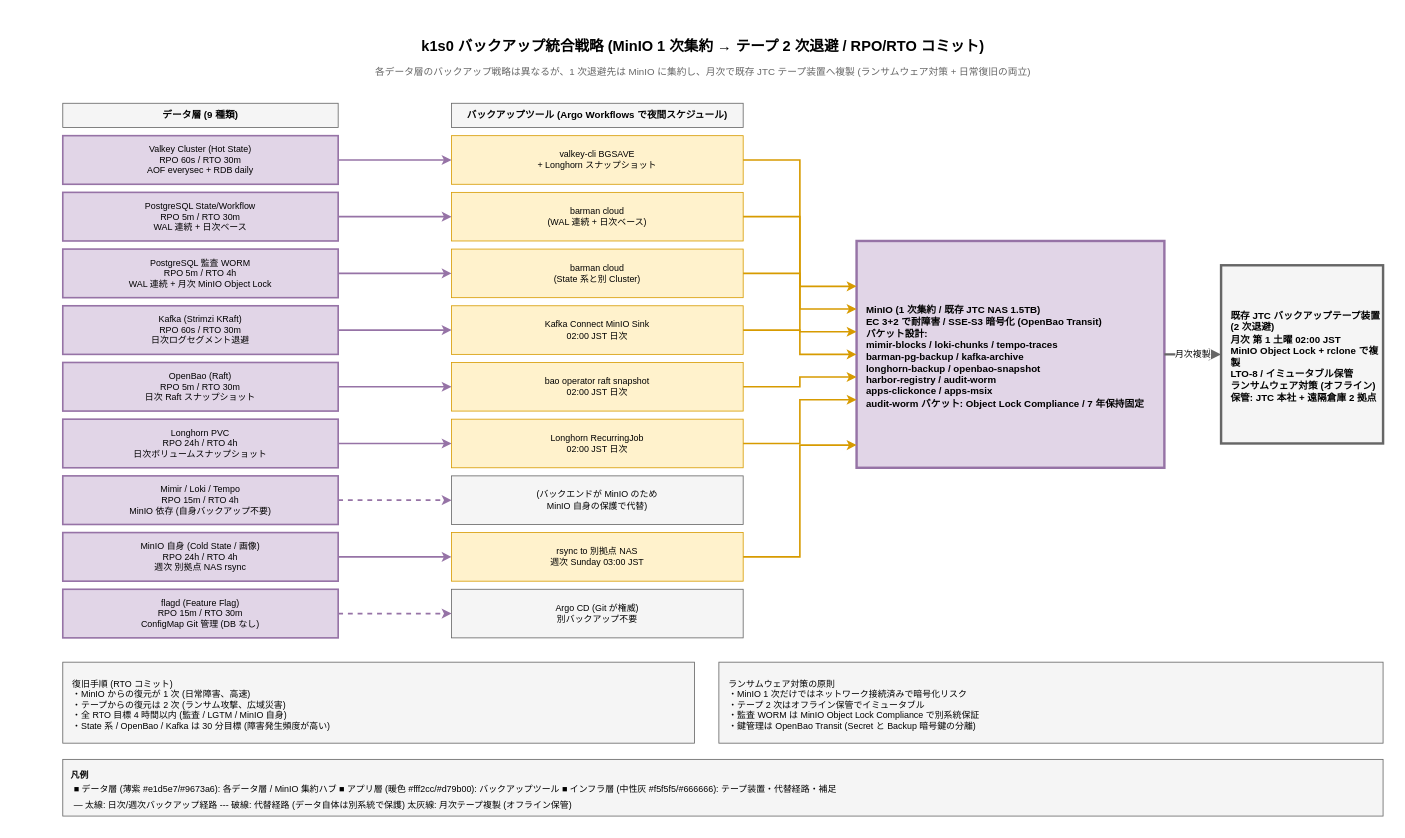
Before: docs/04_概要設計/10_システム方式設計/img/バックアップ統合戦略.drawio in RyuheiKiso/k1s0, a draw.io diagram. Source tidied: cells renumbered, new cells numbered last; positions are measured from the earlier drawing's top-left corner, leaving out a move shared by most shapes. Both pictures are drawn from the tidied source at 81%, with x=0, y=0 at pixel (14, 14).
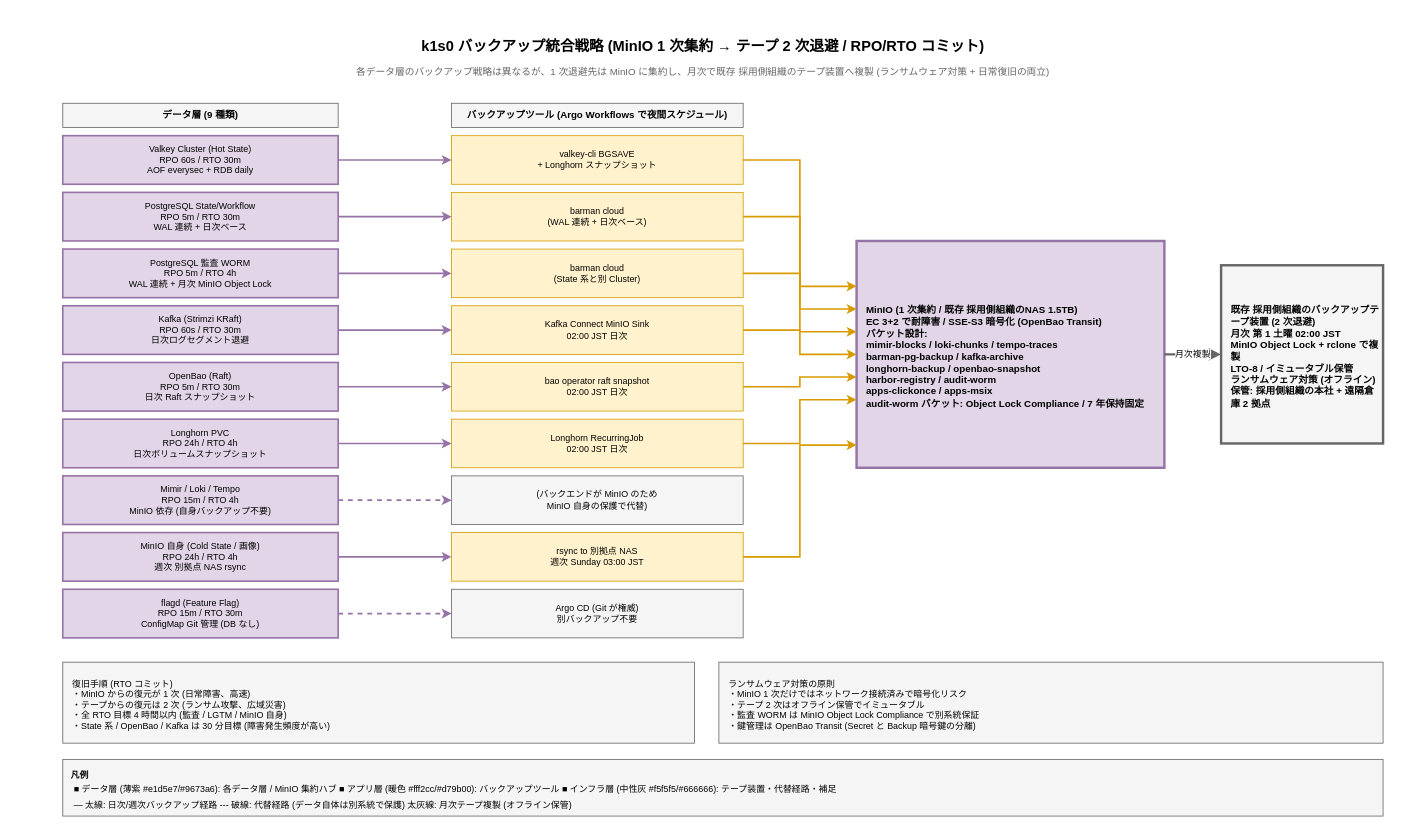
The same page after the edit.

Diff of the diagram source:
```diff
@@
-    <mxCell id="4" value="各データ層のバックアップ戦略は異なるが、1 次退避先は MinIO に集約し、月次で既存 JTC テープ装置へ複製 (ランサムウェア対策 + 日常復旧の両立)" style="text;html=1;strokeColor=none;fillColor=none;align=center;verticalAlign=middle;fontSize=12;fontColor=#666666;" parent="1" vertex="1">
+    <mxCell id="4" value="各データ層のバックアップ戦略は異なるが、1 次退避先は MinIO に集約し、月次で既存 採用側組織のテープ装置へ複製 (ランサムウェア対策 + 日常復旧の両立)" style="text;html=1;strokeColor=none;fillColor=none;align=center;verticalAlign=middle;fontSize=12;fontColor=#666666;" parent="1" vertex="1">
       <mxGeometry x="200" y="60" width="1300" height="24" as="geometry" />
     </mxCell>
@@
-    <mxCell id="25" value="MinIO (1 次集約 / 既存 JTC NAS 1.5TB)&#10;EC 3+2 で耐障害 / SSE-S3 暗号化 (OpenBao Transit)&#10;バケット設計:&#10;  mimir-blocks / loki-chunks / tempo-traces&#10;  barman-pg-backup / kafka-archive&#10;  longhorn-backup / openbao-snapshot&#10;  harbor-registry / audit-worm&#10;  apps-clickonce / apps-msix&#10;audit-worm バケット: Object Lock Compliance / 7 年保持固定" style="rounded=0;whiteSpace=wrap;html=1;fillColor=#e1d5e7;strokeColor=#9673a6;fontSize=12;fontStyle=1;fontColor=#000000;strokeWidth=3;align=left;spacingLeft=10;spacingTop=6;" parent="1" vertex="1">
+    <mxCell id="25" value="MinIO (1 次集約 / 既存 採用側組織のNAS 1.5TB)&#10;EC 3+2 で耐障害 / SSE-S3 暗号化 (OpenBao Transit)&#10;バケット設計:&#10;  mimir-blocks / loki-chunks / tempo-traces&#10;  barman-pg-backup / kafka-archive&#10;  longhorn-backup / openbao-snapshot&#10;  harbor-registry / audit-worm&#10;  apps-clickonce / apps-msix&#10;audit-worm バケット: Object Lock Compliance / 7 年保持固定" style="rounded=0;whiteSpace=wrap;html=1;fillColor=#e1d5e7;strokeColor=#9673a6;fontSize=12;fontStyle=1;fontColor=#000000;strokeWidth=3;align=left;spacingLeft=10;spacingTop=6;" parent="1" vertex="1">
       <mxGeometry x="1040" y="280" width="380" height="280" as="geometry" />
     </mxCell>
-    <mxCell id="26" value="既存 JTC バックアップテープ装置 (2 次退避)&#10;月次 第 1 土曜 02:00 JST&#10;MinIO Object Lock + rclone で複製&#10;LTO-8 / イミュータブル保管&#10;ランサムウェア対策 (オフライン)&#10;保管: JTC 本社 + 遠隔倉庫 2 拠点" style="rounded=0;whiteSpace=wrap;html=1;fillColor=#f5f5f5;strokeColor=#666666;fontSize=12;fontStyle=1;fontColor=#000000;strokeWidth=3;align=left;spacingLeft=10;spacingTop=6;" parent="1" vertex="1">
+    <mxCell id="26" value="既存 採用側組織のバックアップテープ装置 (2 次退避)&#10;月次 第 1 土曜 02:00 JST&#10;MinIO Object Lock + rclone で複製&#10;LTO-8 / イミュータブル保管&#10;ランサムウェア対策 (オフライン)&#10;保管: 採用側組織の本社 + 遠隔倉庫 2 拠点" style="rounded=0;whiteSpace=wrap;html=1;fillColor=#f5f5f5;strokeColor=#666666;fontSize=12;fontStyle=1;fontColor=#000000;strokeWidth=3;align=left;spacingLeft=10;spacingTop=6;" parent="1" vertex="1">
       <mxGeometry x="1490" y="310" width="200" height="220" as="geometry" />
     </mxCell>
```
